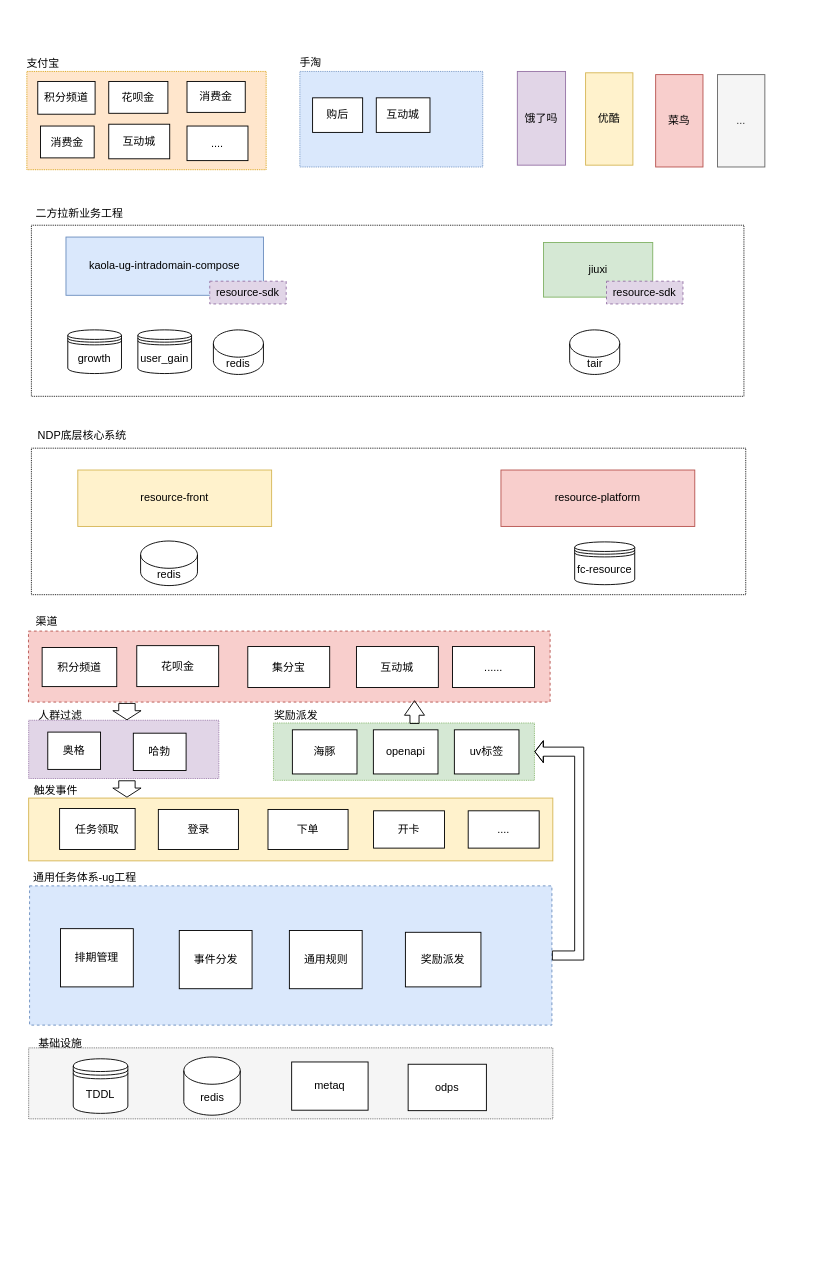
The draw.io diagram 二方拉新架构梳理.drawio in zengnm/diagrams, before the edit. Source tidied: cells renumbered, new cells numbered last; positions are measured from the earlier drawing's top-left corner, leaving out a move shared by most shapes. Both pictures are drawn from the tidied source at 91%, with x=0, y=0 at pixel (15, 48).
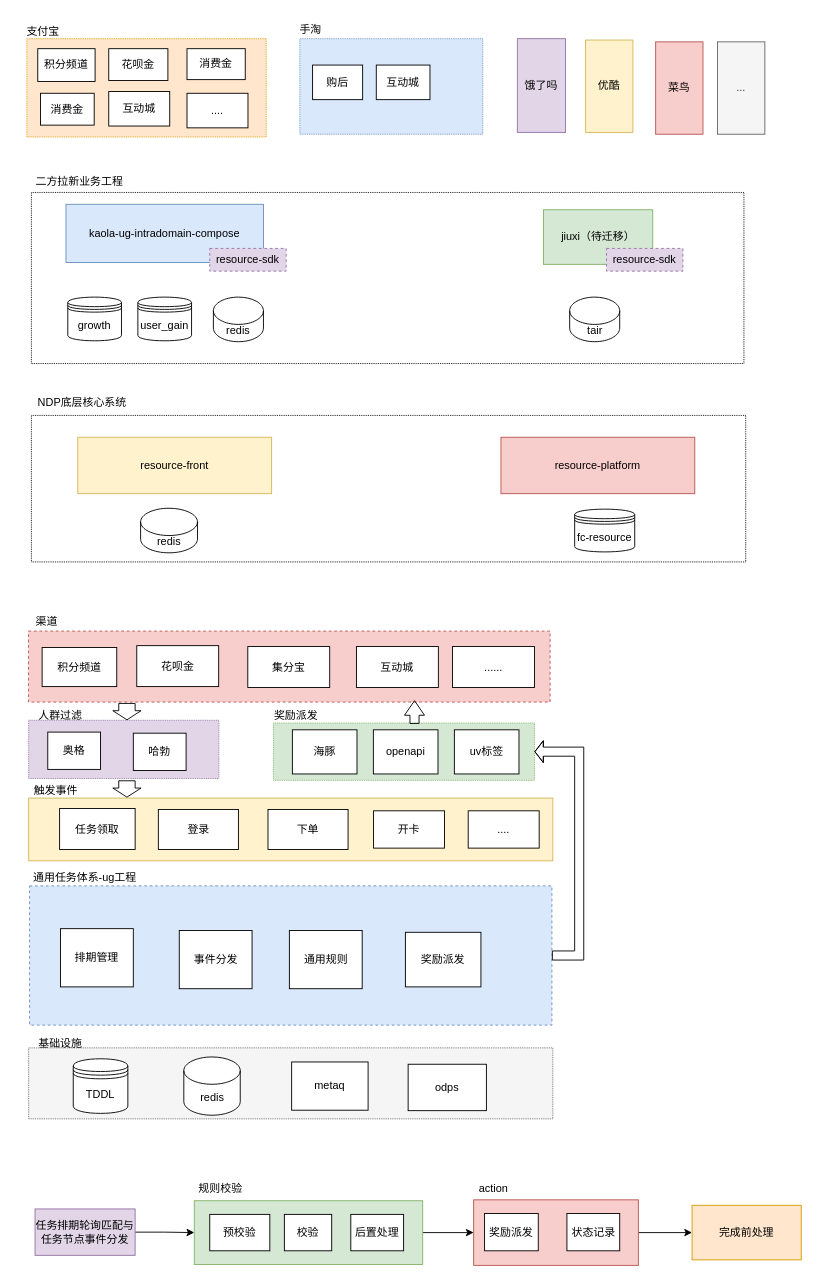
Above is the later version.

Commit message:
Update 二方拉新架构梳理.drawio

The edit, as a diff of the source:
```diff
@@
+    <mxCell id="73" style="edgeStyle=orthogonalEdgeStyle;rounded=0;jettySize=auto;html=1;entryX=0;entryY=0.5;entryDx=0;entryDy=0;" parent="1" edge="1" source="74" target="81">
+      <mxGeometry relative="1" as="geometry" />
+    </mxCell>
+    <mxCell id="74" style="rounded=0;whiteSpace=wrap;html=1;fillColor=#d5e8d4;strokeColor=#82b366;" parent="1" vertex="1">
+      <mxGeometry x="196" y="1266" width="251" height="70" as="geometry" />
+    </mxCell>
@@
     <mxCell id="5" style="rounded=0;whiteSpace=wrap;html=1;dashed=1;dashPattern=1 1;fillColor=#ffe6cc;strokeColor=#d79b00;" parent="1" vertex="1">
-      <mxGeometry x="12" y="25" width="263" height="108" as="geometry" />
+      <mxGeometry x="12" y="-11" width="263" height="108" as="geometry" />
     </mxCell>
     <mxCell id="6" style="rounded=0;whiteSpace=wrap;html=1;dashed=1;dashPattern=1 1;fillColor=#dae8fc;strokeColor=#6c8ebf;" parent="1" vertex="1">
-      <mxGeometry x="312" y="25" width="201" height="105" as="geometry" />
+      <mxGeometry x="312" y="-11" width="201" height="105" as="geometry" />
     </mxCell>
     <mxCell id="7" value="积分频道" style="rounded=0;whiteSpace=wrap;html=1;" parent="1" vertex="1">
-      <mxGeometry x="24" y="36" width="63" height="36" as="geometry" />
+      <mxGeometry x="24" width="63" height="36" as="geometry" />
     </mxCell>
     <mxCell id="8" value="花呗金" style="rounded=0;whiteSpace=wrap;html=1;" parent="1" vertex="1">
-      <mxGeometry x="102" y="36" width="65" height="35" as="geometry" />
+      <mxGeometry x="102" width="65" height="35" as="geometry" />
     </mxCell>
     <mxCell id="9" value="消费金" style="rounded=0;whiteSpace=wrap;html=1;" parent="1" vertex="1">
-      <mxGeometry x="188" y="36" width="64" height="34" as="geometry" />
+      <mxGeometry x="188" width="64" height="34" as="geometry" />
     </mxCell>
     <mxCell id="10" value="消费金" style="rounded=0;whiteSpace=wrap;html=1;" parent="1" vertex="1">
-      <mxGeometry x="27" y="85" width="59" height="35" as="geometry" />
+      <mxGeometry x="27" y="49" width="59" height="35" as="geometry" />
     </mxCell>
     <mxCell id="11" value="&lt;span&gt;互动城&lt;/span&gt;" style="rounded=0;whiteSpace=wrap;html=1;" parent="1" vertex="1">
-      <mxGeometry x="102" y="83" width="67" height="38" as="geometry" />
+      <mxGeometry x="102" y="47" width="67" height="38" as="geometry" />
     </mxCell>
     <mxCell id="12" value="...." style="rounded=0;whiteSpace=wrap;html=1;" parent="1" vertex="1">
-      <mxGeometry x="188" y="85" width="67" height="38" as="geometry" />
+      <mxGeometry x="188" y="49" width="67" height="38" as="geometry" />
     </mxCell>
     <mxCell id="13" value="购后" style="rounded=0;whiteSpace=wrap;html=1;" parent="1" vertex="1">
-      <mxGeometry x="326" y="54" width="55" height="38" as="geometry" />
+      <mxGeometry x="326" y="18" width="55" height="38" as="geometry" />
     </mxCell>
     <mxCell id="14" style="rounded=0;whiteSpace=wrap;html=1;dashed=1;dashPattern=1 1;" parent="1" vertex="1">
-      <mxGeometry x="17" y="194" width="783" height="188" as="geometry" />
+      <mxGeometry x="17" y="158" width="783" height="188" as="geometry" />
     </mxCell>
     <mxCell id="15" value="kaola-ug-intradomain-compose" style="rounded=0;whiteSpace=wrap;html=1;fillColor=#dae8fc;strokeColor=#6c8ebf;" parent="1" vertex="1">
-      <mxGeometry x="55" y="207" width="217" height="64" as="geometry" />
+      <mxGeometry x="55" y="171" width="217" height="64" as="geometry" />
     </mxCell>
-    <mxCell id="16" value="jiuxi" style="rounded=0;whiteSpace=wrap;html=1;fillColor=#d5e8d4;strokeColor=#82b366;" parent="1" vertex="1">
-      <mxGeometry x="579.8" y="213" width="120" height="60" as="geometry" />
+    <mxCell id="16" value="jiuxi（待迁移）" style="rounded=0;whiteSpace=wrap;html=1;fillColor=#d5e8d4;strokeColor=#82b366;" parent="1" vertex="1">
+      <mxGeometry x="579.8" y="177" width="120" height="60" as="geometry" />
     </mxCell>
     <mxCell id="17" value="支付宝" style="text;html=1;strokeColor=none;fillColor=none;align=center;verticalAlign=middle;whiteSpace=wrap;rounded=0;dashed=1;dashPattern=1 1;" parent="1" vertex="1">
-      <mxGeometry y="2" width="60" height="30" as="geometry" />
+      <mxGeometry y="-34" width="60" height="30" as="geometry" />
     </mxCell>
     <mxCell id="18" value="手淘" style="text;html=1;strokeColor=none;fillColor=none;align=center;verticalAlign=middle;whiteSpace=wrap;rounded=0;dashed=1;dashPattern=1 1;" parent="1" vertex="1">
-      <mxGeometry x="294" width="60" height="30" as="geometry" />
+      <mxGeometry x="294" y="-36" width="60" height="30" as="geometry" />
     </mxCell>
     <mxCell id="19" value="互动城" style="rounded=0;whiteSpace=wrap;html=1;" parent="1" vertex="1">
-      <mxGeometry x="396" y="54" width="59" height="38" as="geometry" />
+      <mxGeometry x="396" y="18" width="59" height="38" as="geometry" />
     </mxCell>
     <mxCell id="20" value="饿了吗" style="rounded=0;whiteSpace=wrap;html=1;fillColor=#e1d5e7;strokeColor=#9673a6;" parent="1" vertex="1">
-      <mxGeometry x="551" y="25" width="53" height="103" as="geometry" />
+      <mxGeometry x="551" y="-11" width="53" height="103" as="geometry" />
     </mxCell>
     <mxCell id="21" value="优酷" style="rounded=0;fillColor=#fff2cc;whiteSpace=wrap;html=1;strokeColor=#d6b656;" parent="1" vertex="1">
-      <mxGeometry x="626" y="26.5" width="52" height="101.5" as="geometry" />
+      <mxGeometry x="626" y="-9.5" width="52" height="101.5" as="geometry" />
     </mxCell>
     <mxCell id="22" style="rounded=0;whiteSpace=wrap;html=1;fillColor=default;gradientColor=none;dashed=1;dashPattern=1 1;" parent="1" vertex="1">
-      <mxGeometry x="17" y="439" width="785" height="161" as="geometry" />
+      <mxGeometry x="17" y="403" width="785" height="161" as="geometry" />
     </mxCell>
     <mxCell id="23" value="resource-front" style="rounded=0;whiteSpace=wrap;html=1;fillColor=#fff2cc;strokeColor=#d6b656;" parent="1" vertex="1">
-      <mxGeometry x="68" y="463" width="213" height="62" as="geometry" />
+      <mxGeometry x="68" y="427" width="213" height="62" as="geometry" />
     </mxCell>
     <mxCell id="24" value="resource-platform" style="rounded=0;whiteSpace=wrap;html=1;fillColor=#f8cecc;strokeColor=#b85450;" parent="1" vertex="1">
-      <mxGeometry x="533" y="463" width="213" height="62" as="geometry" />
+      <mxGeometry x="533" y="427" width="213" height="62" as="geometry" />
     </mxCell>
     <mxCell id="25" value="菜鸟" style="rounded=0;fillColor=#f8cecc;whiteSpace=wrap;html=1;strokeColor=#b85450;" parent="1" vertex="1">
-      <mxGeometry x="703" y="28.5" width="52" height="101.5" as="geometry" />
+      <mxGeometry x="703" y="-7.5" width="52" height="101.5" as="geometry" />
     </mxCell>
     <mxCell id="26" value="二方拉新业务工程" style="text;html=1;strokeColor=none;fillColor=none;align=center;verticalAlign=middle;whiteSpace=wrap;rounded=0;" parent="1" vertex="1">
-      <mxGeometry x="17" y="167" width="106" height="30" as="geometry" />
+      <mxGeometry x="17" y="131" width="106" height="30" as="geometry" />
     </mxCell>
     <mxCell id="27" value="NDP底层核心系统" style="text;html=1;strokeColor=none;fillColor=none;align=center;verticalAlign=middle;whiteSpace=wrap;rounded=0;" parent="1" vertex="1">
-      <mxGeometry x="17" y="409" width="112" height="31" as="geometry" />
+      <mxGeometry x="17" y="373" width="112" height="31" as="geometry" />
     </mxCell>
     <mxCell id="28" value="..." style="rounded=0;fillColor=#f5f5f5;whiteSpace=wrap;html=1;strokeColor=#666666;fontColor=#333333;" parent="1" vertex="1">
-      <mxGeometry x="771" y="28.5" width="52" height="101.5" as="geometry" />
+      <mxGeometry x="771" y="-7.5" width="52" height="101.5" as="geometry" />
     </mxCell>
     <mxCell id="29" value="redis" style="shape=cylinder3;whiteSpace=wrap;html=1;boundedLbl=1;backgroundOutline=1;size=15;fillColor=default;gradientColor=none;" parent="1" vertex="1">
-      <mxGeometry x="217" y="309" width="55" height="49" as="geometry" />
+      <mxGeometry x="217" y="273" width="55" height="49" as="geometry" />
     </mxCell>
     <mxCell id="30" value="redis" style="shape=cylinder3;whiteSpace=wrap;html=1;boundedLbl=1;backgroundOutline=1;size=15;fillColor=default;gradientColor=none;" parent="1" vertex="1">
-      <mxGeometry x="137" y="541" width="62.5" height="49" as="geometry" />
+      <mxGeometry x="137" y="505" width="62.5" height="49" as="geometry" />
     </mxCell>
     <mxCell id="31" value="growth" style="shape=datastore;whiteSpace=wrap;html=1;fillColor=default;gradientColor=none;" parent="1" vertex="1">
-      <mxGeometry x="57" y="309" width="59" height="48" as="geometry" />
+      <mxGeometry x="57" y="273" width="59" height="48" as="geometry" />
     </mxCell>
     <mxCell id="32" value="user_gain" style="shape=datastore;whiteSpace=wrap;html=1;fillColor=default;gradientColor=none;" parent="1" vertex="1">
-      <mxGeometry x="134" y="309" width="59" height="48" as="geometry" />
+      <mxGeometry x="134" y="273" width="59" height="48" as="geometry" />
     </mxCell>
     <mxCell id="33" value="tair" style="shape=cylinder3;whiteSpace=wrap;html=1;boundedLbl=1;backgroundOutline=1;size=15;fillColor=default;gradientColor=none;" parent="1" vertex="1">
-      <mxGeometry x="608.5" y="309" width="55" height="49" as="geometry" />
+      <mxGeometry x="608.5" y="273" width="55" height="49" as="geometry" />
     </mxCell>
     <mxCell id="34" value="fc-resource" style="shape=datastore;whiteSpace=wrap;html=1;fillColor=default;gradientColor=none;" parent="1" vertex="1">
-      <mxGeometry x="614" y="542" width="66" height="47" as="geometry" />
+      <mxGeometry x="614" y="506" width="66" height="47" as="geometry" />
     </mxCell>
     <mxCell id="35" value="resource-sdk" style="rounded=0;whiteSpace=wrap;html=1;fillColor=#e1d5e7;strokeColor=#9673a6;dashed=1;" parent="1" vertex="1">
-      <mxGeometry x="213" y="255.5" width="84" height="25" as="geometry" />
+      <mxGeometry x="213" y="219.5" width="84" height="25" as="geometry" />
     </mxCell>
     <mxCell id="36" value="resource-sdk" style="rounded=0;whiteSpace=wrap;html=1;fillColor=#e1d5e7;strokeColor=#9673a6;dashed=1;" parent="1" vertex="1">
-      <mxGeometry x="649" y="255.5" width="84" height="25" as="geometry" />
+      <mxGeometry x="649" y="219.5" width="84" height="25" as="geometry" />
     </mxCell>
@@
+    <mxCell id="75" style="edgeStyle=orthogonalEdgeStyle;rounded=0;jettySize=auto;html=1;entryX=0;entryY=0.5;entryDx=0;entryDy=0;" parent="1" edge="1" source="76" target="74">
+      <mxGeometry relative="1" as="geometry" />
+    </mxCell>
+    <mxCell id="76" value="任务排期轮询匹配与任务节点事件分发" style="rounded=0;whiteSpace=wrap;html=1;fillColor=#e1d5e7;strokeColor=#9673a6;" parent="1" vertex="1">
+      <mxGeometry x="21" y="1275" width="110" height="51" as="geometry" />
+    </mxCell>
+    <mxCell id="77" value="预校验" style="rounded=0;whiteSpace=wrap;html=1;fillColor=default;gradientColor=none;" parent="1" vertex="1">
+      <mxGeometry x="213" y="1281" width="66" height="40" as="geometry" />
+    </mxCell>
+    <mxCell id="78" value="校验" style="rounded=0;whiteSpace=wrap;html=1;fillColor=default;gradientColor=none;" parent="1" vertex="1">
+      <mxGeometry x="295" y="1281" width="52" height="40" as="geometry" />
+    </mxCell>
+    <mxCell id="79" value="后置处理" style="rounded=0;whiteSpace=wrap;html=1;fillColor=default;gradientColor=none;" parent="1" vertex="1">
+      <mxGeometry x="368" y="1281" width="58" height="40" as="geometry" />
+    </mxCell>
+    <mxCell id="80" style="edgeStyle=orthogonalEdgeStyle;rounded=0;jettySize=auto;html=1;" parent="1" edge="1" source="81" target="86">
+      <mxGeometry relative="1" as="geometry" />
+    </mxCell>
+    <mxCell id="81" style="rounded=0;whiteSpace=wrap;html=1;fillColor=#f8cecc;strokeColor=#b85450;" parent="1" vertex="1">
+      <mxGeometry x="503" y="1265" width="181" height="72" as="geometry" />
+    </mxCell>
+    <mxCell id="82" value="规则校验" style="text;html=1;strokeColor=none;fillColor=none;align=center;verticalAlign=middle;whiteSpace=wrap;rounded=0;" parent="1" vertex="1">
+      <mxGeometry x="195" y="1238" width="60" height="30" as="geometry" />
+    </mxCell>
+    <mxCell id="83" value="action" style="text;html=1;strokeColor=none;fillColor=none;align=center;verticalAlign=middle;whiteSpace=wrap;rounded=0;" parent="1" vertex="1">
+      <mxGeometry x="494.8" y="1238" width="60" height="30" as="geometry" />
+    </mxCell>
+    <mxCell id="84" value="奖励派发" style="rounded=0;whiteSpace=wrap;html=1;fillColor=default;gradientColor=none;" parent="1" vertex="1">
+      <mxGeometry x="515" y="1280" width="59" height="41" as="geometry" />
+    </mxCell>
+    <mxCell id="85" value="状态记录" style="rounded=0;whiteSpace=wrap;html=1;fillColor=default;gradientColor=none;" parent="1" vertex="1">
+      <mxGeometry x="605.5" y="1280" width="58" height="41" as="geometry" />
+    </mxCell>
+    <mxCell id="86" value="完成前处理" style="rounded=0;whiteSpace=wrap;html=1;fillColor=#ffe6cc;strokeColor=#d79b00;" parent="1" vertex="1">
+      <mxGeometry x="743" y="1271" width="120" height="60" as="geometry" />
+    </mxCell>
```
